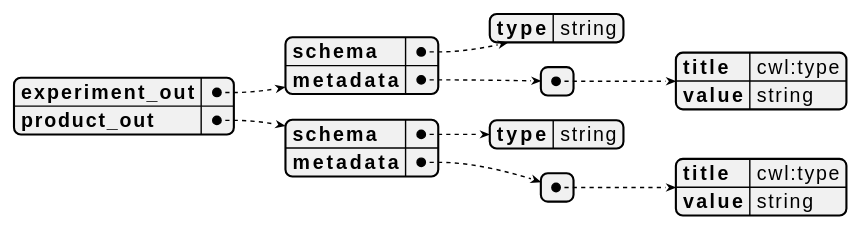
Earlier version of the PlantUML export docs/c4/components/workflow/publish_experiment_products/ogc_processes_outputs.svg (Terradue/osc-client). Source of this version:
```plantuml
@startjson
{
  "experiment_out": {
    "schema": {
      "type": "string"
    },
    "metadata": [
      {
        "title": "cwl:type",
        "value": "string"
      }
    ]
  },
  "product_out": {
    "schema": {
      "type": "string"
    },
    "metadata": [
      {
        "title": "cwl:type",
        "value": "string"
      }
    ]
  }
}
@endjson
```
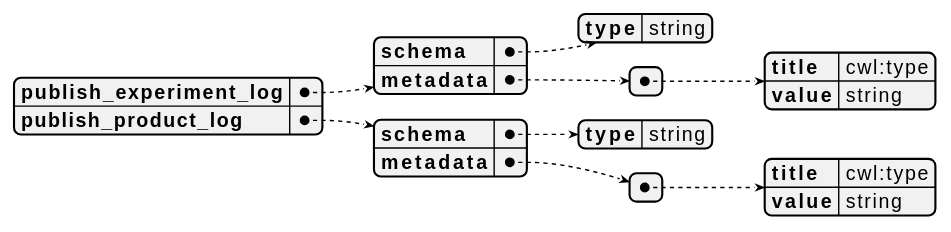
Above is the later version.

Change to the diagram source:
```diff
@@ -1,6 +1,6 @@
 @startjson
 {
-  "experiment_out": {
+  "publish_experiment_log": {
     "schema": {
       "type": "string"
     },
@@ -11,7 +11,7 @@
       }
     ]
   },
-  "product_out": {
+  "publish_product_log": {
     "schema": {
       "type": "string"
     },
```
